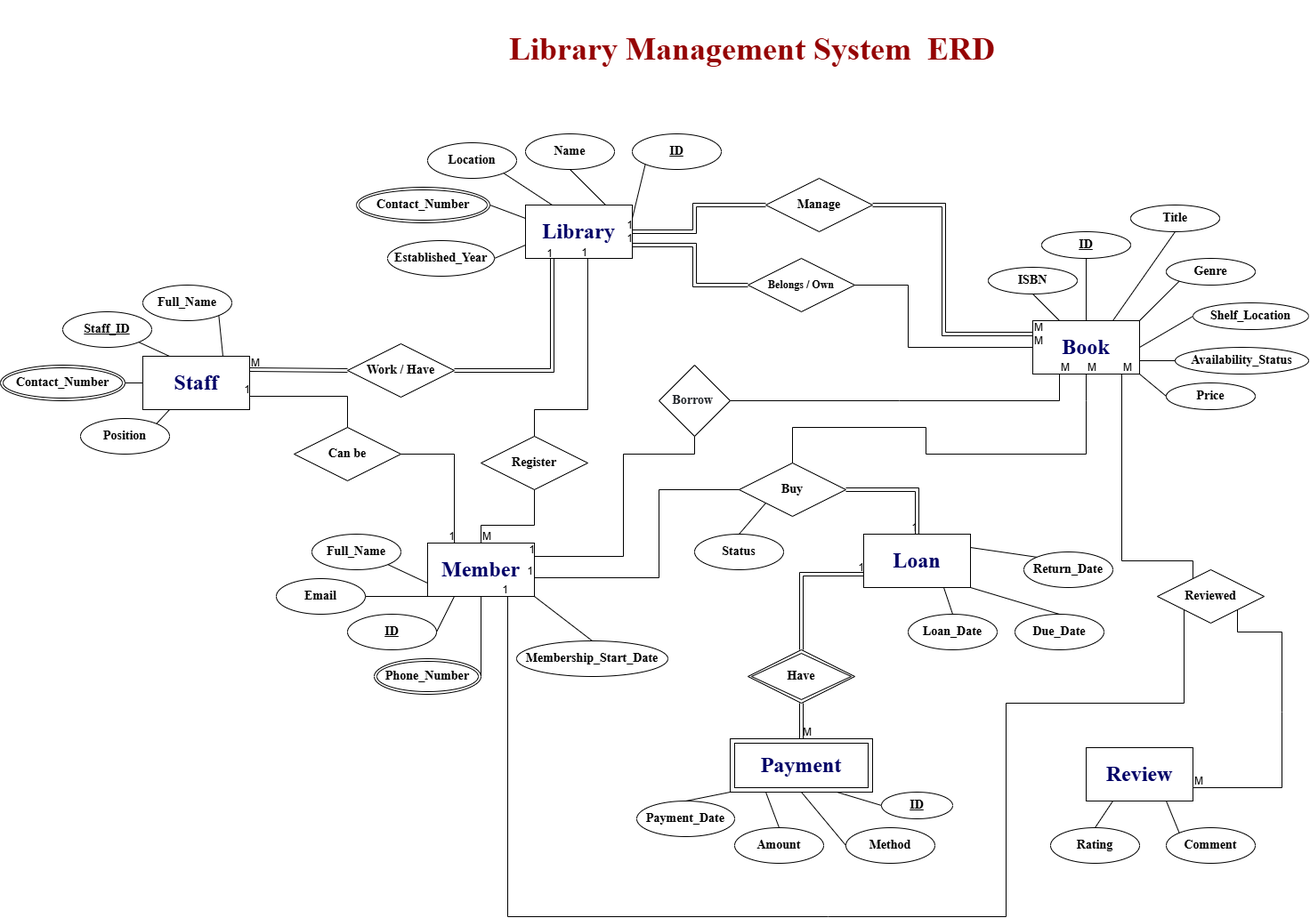
The draw.io diagram image/LibraryManagmenetSystemERD.png in rahmaAlmamari/LibraryManagementSystemDB-_ProjectPart1, before a commit. Source tidied: cells renumbered, new cells last; positions are measured from the earlier drawing's top-left corner, leaving out a move shared by most shapes.
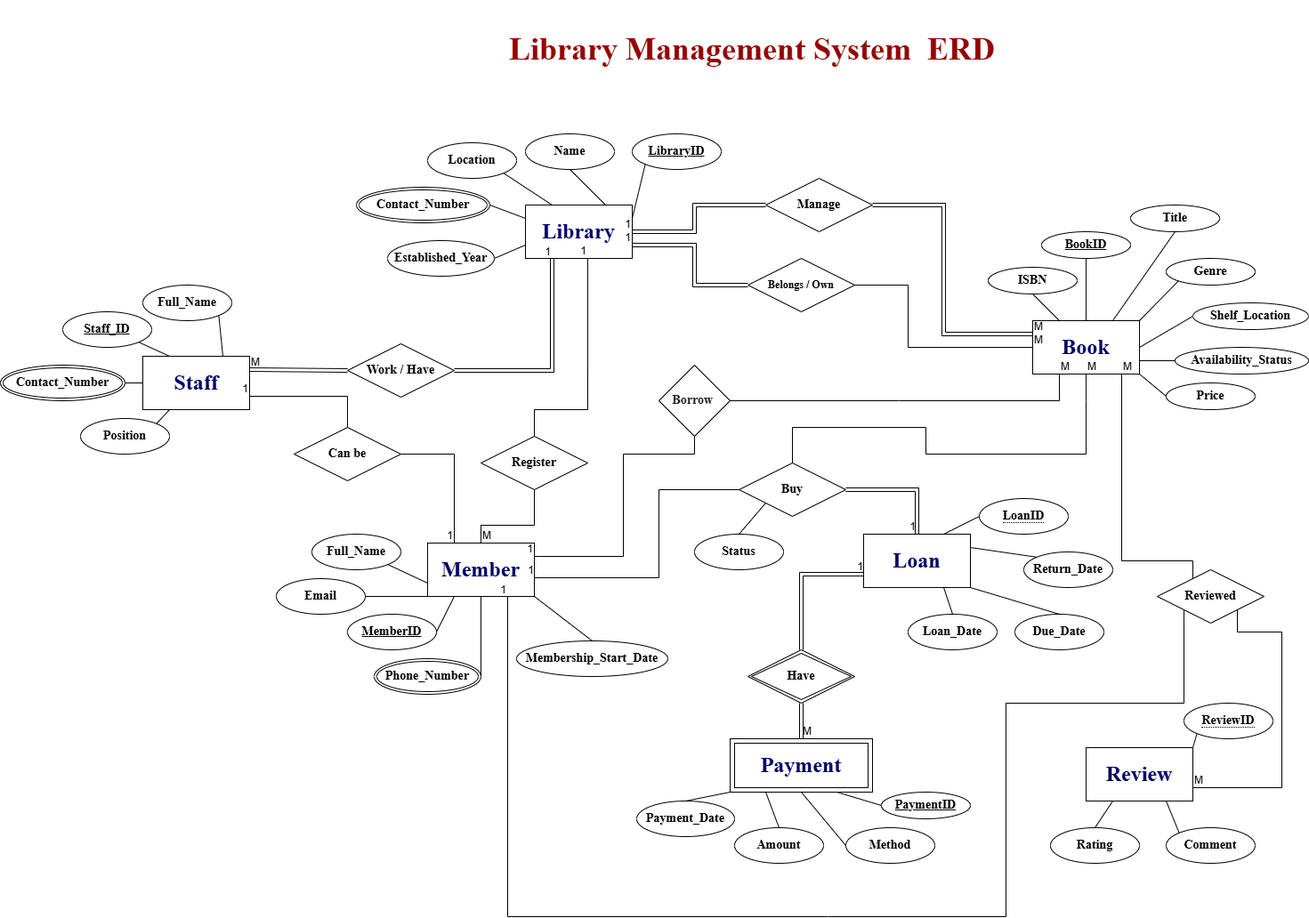
After the change.

Commit message:
modefiy ERD to add ID for loan and review entities and rename the ID attribute for the other attributes

What changed in the source:
```diff
@@ -32,7 +32,7 @@
     <mxCell id="11" value="&lt;font style=&quot;font-size: 14px;&quot; face=&quot;Times New Roman&quot;&gt;&lt;b&gt;Location&lt;/b&gt;&lt;/font&gt;" style="ellipse;whiteSpace=wrap;html=1;align=center;" parent="1" vertex="1">
       <mxGeometry x="480" y="160" width="100" height="40" as="geometry" />
     </mxCell>
-    <mxCell id="12" value="&lt;font face=&quot;Times New Roman&quot; style=&quot;font-size: 14px;&quot;&gt;&lt;b style=&quot;&quot;&gt;ID&lt;/b&gt;&lt;/font&gt;" style="ellipse;whiteSpace=wrap;html=1;align=center;fontStyle=4;" parent="1" vertex="1">
+    <mxCell id="12" value="&lt;font face=&quot;Times New Roman&quot; style=&quot;font-size: 14px;&quot;&gt;&lt;b style=&quot;&quot;&gt;LibraryID&lt;/b&gt;&lt;/font&gt;" style="ellipse;whiteSpace=wrap;html=1;align=center;fontStyle=4;" parent="1" vertex="1">
       <mxGeometry x="710" y="150" width="100" height="40" as="geometry" />
     </mxCell>
     <mxCell id="13" style="endArrow=none;html=1;rounded=0;entryX=0.5;entryY=1;entryDx=0;entryDy=0;exitX=0.75;exitY=0;exitDx=0;exitDy=0;" parent="1" edge="1" source="7" target="9">
@@ -50,7 +50,7 @@
     <mxCell id="17" style="endArrow=none;html=1;rounded=0;entryX=0;entryY=1;entryDx=0;entryDy=0;exitX=1;exitY=0.25;exitDx=0;exitDy=0;" parent="1" edge="1" source="7" target="12">
       <mxGeometry relative="1" as="geometry" />
     </mxCell>
-    <mxCell id="18" value="&lt;font style=&quot;font-size: 14px;&quot; face=&quot;Times New Roman&quot;&gt;&lt;b&gt;ID&lt;/b&gt;&lt;/font&gt;" style="ellipse;whiteSpace=wrap;html=1;align=center;fontStyle=4;" parent="1" vertex="1">
+    <mxCell id="18" value="&lt;font style=&quot;font-size: 14px;&quot; face=&quot;Times New Roman&quot;&gt;&lt;b&gt;MemberID&lt;/b&gt;&lt;/font&gt;" style="ellipse;whiteSpace=wrap;html=1;align=center;fontStyle=4;" parent="1" vertex="1">
       <mxGeometry x="390" y="690" width="100" height="40" as="geometry" />
     </mxCell>
     <mxCell id="19" value="&lt;font style=&quot;font-size: 14px;&quot; face=&quot;Times New Roman&quot;&gt;&lt;b&gt;Phone_Number&lt;/b&gt;&lt;/font&gt;" style="ellipse;shape=doubleEllipse;margin=3;whiteSpace=wrap;html=1;align=center;" parent="1" vertex="1">
@@ -80,7 +80,7 @@
     <mxCell id="27" style="endArrow=none;html=1;rounded=0;entryX=0.5;entryY=0;entryDx=0;entryDy=0;exitX=1;exitY=1;exitDx=0;exitDy=0;" parent="1" edge="1" source="4" target="22">
       <mxGeometry relative="1" as="geometry" />
     </mxCell>
-    <mxCell id="28" value="&lt;font style=&quot;font-size: 14px;&quot; face=&quot;Times New Roman&quot;&gt;&lt;b&gt;ID&lt;/b&gt;&lt;/font&gt;" style="ellipse;whiteSpace=wrap;html=1;align=center;fontStyle=4;" parent="1" vertex="1">
+    <mxCell id="28" value="&lt;font style=&quot;font-size: 14px;&quot; face=&quot;Times New Roman&quot;&gt;&lt;b&gt;BookID&lt;/b&gt;&lt;/font&gt;" style="ellipse;whiteSpace=wrap;html=1;align=center;fontStyle=4;" parent="1" vertex="1">
       <mxGeometry x="1170" y="260" width="100" height="30" as="geometry" />
     </mxCell>
     <mxCell id="29" value="&lt;font style=&quot;font-size: 14px;&quot; face=&quot;Times New Roman&quot;&gt;&lt;b&gt;Shelf_Location&lt;/b&gt;&lt;/font&gt;" style="ellipse;whiteSpace=wrap;html=1;align=center;" parent="1" vertex="1">
@@ -176,8 +176,8 @@
     <mxCell id="59" value="&lt;font style=&quot;font-size: 14px;&quot; face=&quot;Times New Roman&quot;&gt;&lt;b&gt;Method&lt;/b&gt;&lt;/font&gt;" style="ellipse;whiteSpace=wrap;html=1;align=center;" parent="1" vertex="1">
       <mxGeometry x="950" y="930" width="100" height="40" as="geometry" />
     </mxCell>
-    <mxCell id="60" value="&lt;font style=&quot;font-size: 14px;&quot; face=&quot;Times New Roman&quot;&gt;&lt;b&gt;ID&lt;/b&gt;&lt;/font&gt;" style="ellipse;whiteSpace=wrap;html=1;align=center;fontStyle=4;" parent="1" vertex="1">
-      <mxGeometry x="990" y="890" width="80" height="30" as="geometry" />
+    <mxCell id="60" value="&lt;font style=&quot;font-size: 14px;&quot; face=&quot;Times New Roman&quot;&gt;&lt;b&gt;PaymentID&lt;/b&gt;&lt;/font&gt;" style="ellipse;whiteSpace=wrap;html=1;align=center;fontStyle=4;" parent="1" vertex="1">
+      <mxGeometry x="990" y="890" width="100" height="30" as="geometry" />
     </mxCell>
     <mxCell id="61" style="endArrow=none;html=1;rounded=0;exitX=0.5;exitY=0;exitDx=0;exitDy=0;entryX=0;entryY=1;entryDx=0;entryDy=0;" parent="1" edge="1" source="57" target="42">
       <mxGeometry relative="1" as="geometry" />
@@ -484,5 +484,17 @@
     <mxCell id="129" value="1" style="html=1;whiteSpace=wrap;align=right;verticalAlign=bottom;" parent="128" vertex="1">
       <mxGeometry x="1" relative="1" as="geometry" />
     </mxCell>
+    <mxCell id="130" value="&lt;span style=&quot;border-bottom: 1px dotted&quot;&gt;&lt;font style=&quot;font-size: 14px;&quot; face=&quot;Times New Roman&quot;&gt;&lt;b&gt;LoanID&lt;/b&gt;&lt;/font&gt;&lt;/span&gt;" style="ellipse;whiteSpace=wrap;html=1;align=center;" parent="1" vertex="1">
+      <mxGeometry x="1100" y="560" width="100" height="40" as="geometry" />
+    </mxCell>
+    <mxCell id="131" style="endArrow=none;html=1;rounded=0;entryX=0;entryY=0.5;entryDx=0;entryDy=0;exitX=0.75;exitY=0;exitDx=0;exitDy=0;" parent="1" edge="1" source="6" target="130">
+      <mxGeometry relative="1" as="geometry" />
+    </mxCell>
+    <mxCell id="132" value="&lt;span style=&quot;border-bottom: 1px dotted&quot;&gt;&lt;font style=&quot;font-size: 14px;&quot; face=&quot;Times New Roman&quot;&gt;&lt;b&gt;ReviewID&lt;/b&gt;&lt;/font&gt;&lt;/span&gt;" style="ellipse;whiteSpace=wrap;html=1;align=center;" parent="1" vertex="1">
+      <mxGeometry x="1330" y="790" width="100" height="40" as="geometry" />
+    </mxCell>
+    <mxCell id="133" style="endArrow=none;html=1;rounded=0;entryX=0;entryY=1;entryDx=0;entryDy=0;exitX=1;exitY=0;exitDx=0;exitDy=0;" parent="1" edge="1" source="5" target="132">
+      <mxGeometry relative="1" as="geometry" />
+    </mxCell>
   </root>
 </mxGraphModel>
```
